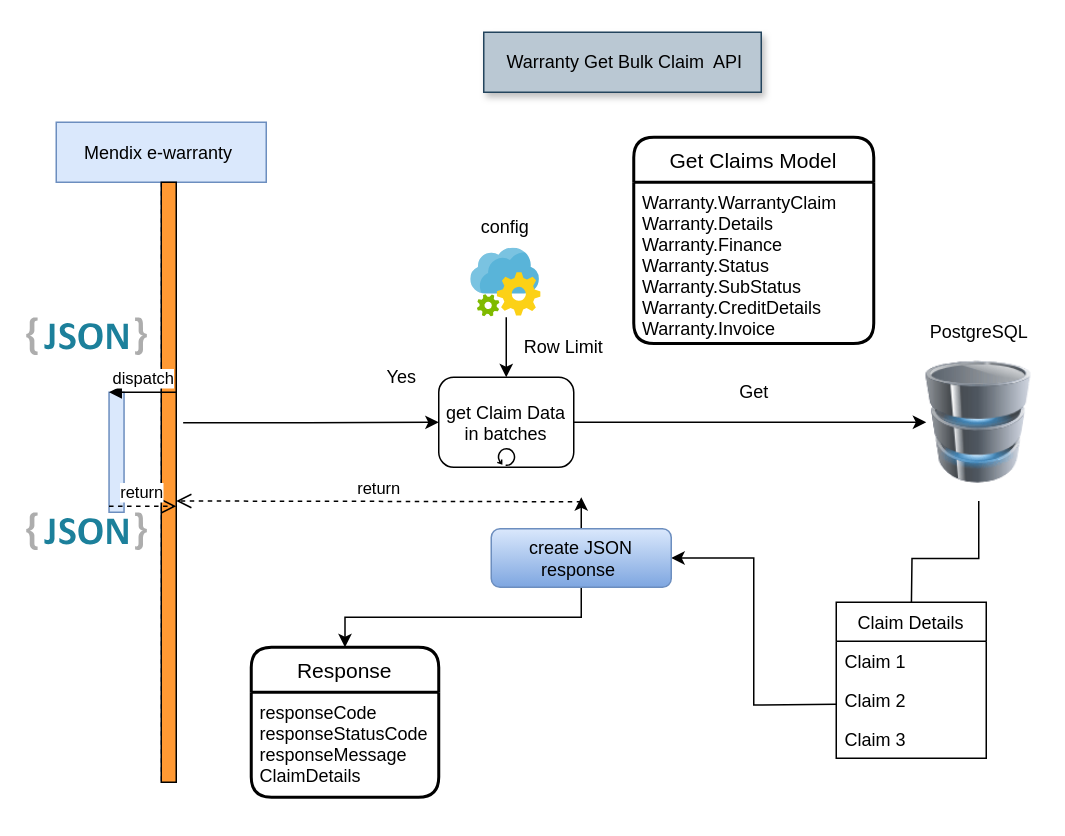
MrMetalAddict/Retail-Mon keeps this draw.io diagram as Untitled Diagram.drawio. Above is the earlier version. Source tidied: cells renumbered, new cells numbered last; positions are measured from the earlier drawing's top-left corner, leaving out a move shared by most shapes. Both pictures are drawn from the tidied source at 150%, with x=0, y=0 at pixel (26, 32).
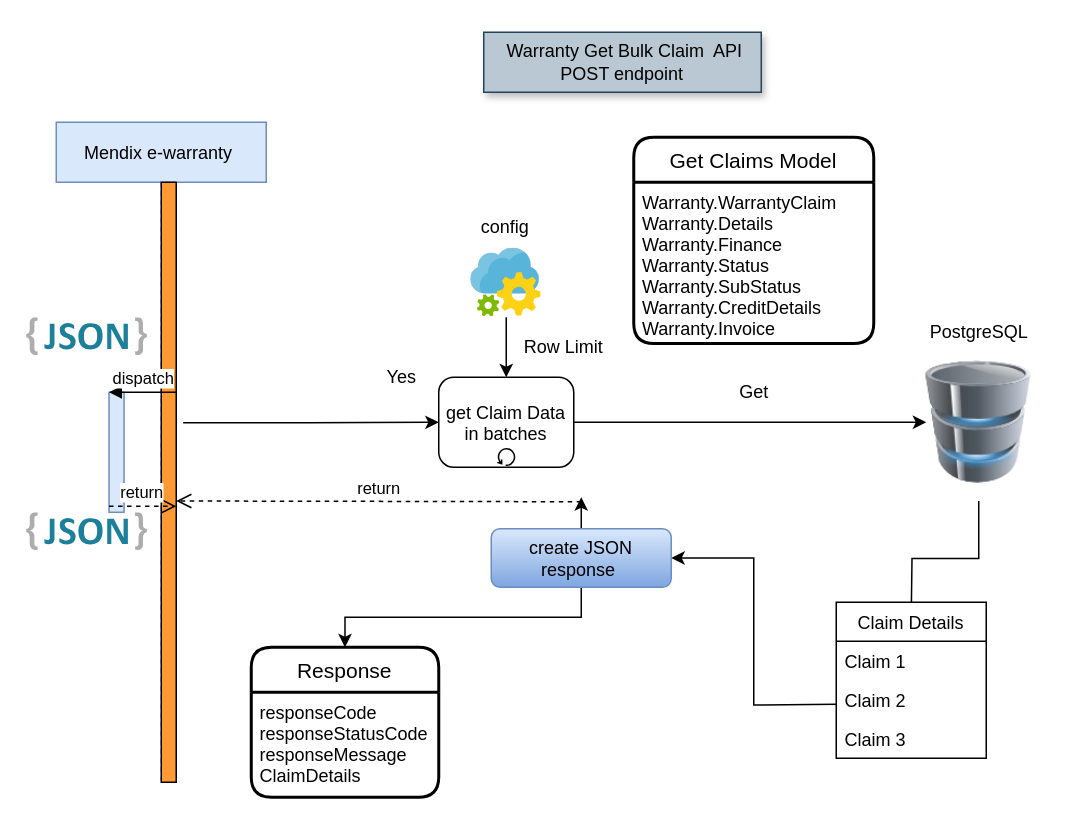
The same diagram, later.

The edit, as a diff of the source:
```diff
@@
-    <mxCell id="4" value="&amp;nbsp;Warranty Get Bulk Claim&amp;nbsp; API" style="text;html=1;align=center;verticalAlign=middle;whiteSpace=wrap;rounded=0;shadow=1;fillColor=#bac8d3;strokeColor=#23445d;" parent="1" vertex="1">
+    <mxCell id="4" value="&amp;nbsp;Warranty Get Bulk Claim&amp;nbsp; API POST endpoint" style="text;html=1;align=center;verticalAlign=middle;whiteSpace=wrap;rounded=0;shadow=1;fillColor=#bac8d3;strokeColor=#23445d;" parent="1" vertex="1">
       <mxGeometry x="305" width="185" height="40" as="geometry" />
     </mxCell>
```
